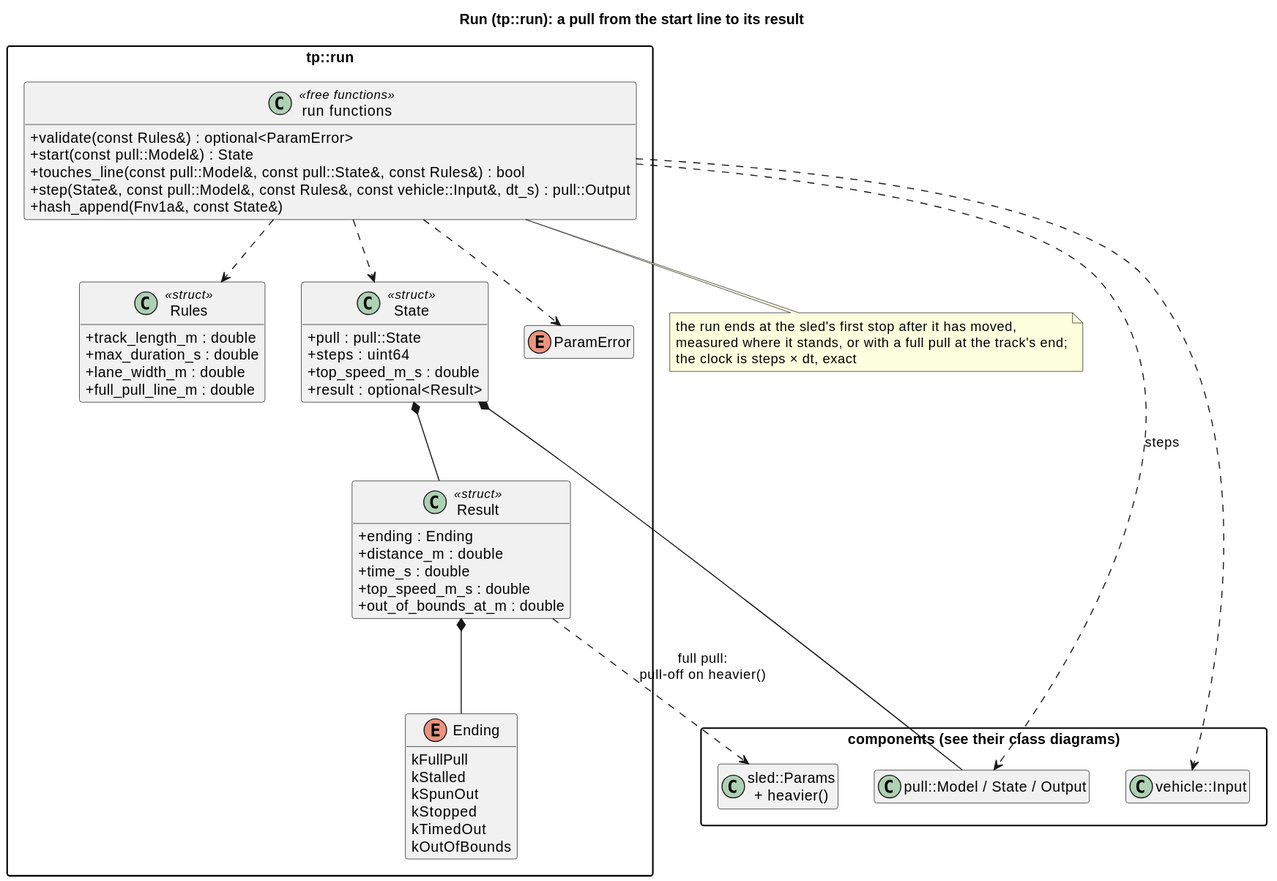
Earlier version of the PlantUML export docs/diagrams/svg/run_classes.svg (wversteeg/TractorPulling).
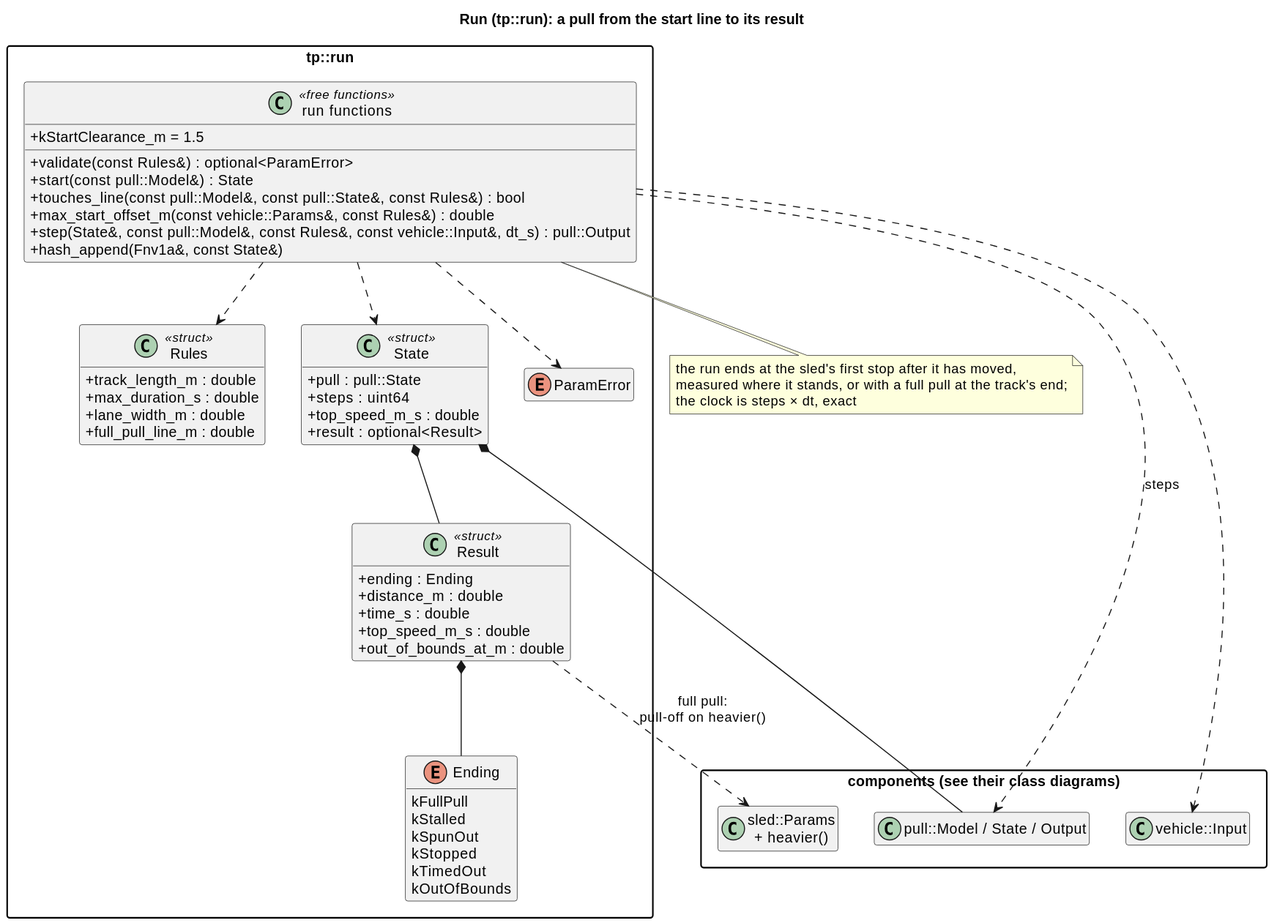
The same diagram one commit later.

The edit, as a diff of the source:
```diff
@@ -43,6 +43,8 @@
     +validate(const Rules&) : optional<ParamError>
     +start(const pull::Model&) : State
     +touches_line(const pull::Model&, const pull::State&, const Rules&) : bool
+    +max_start_offset_m(const vehicle::Params&, const Rules&) : double
+    +kStartClearance_m = 1.5
     +step(State&, const pull::Model&, const Rules&, const vehicle::Input&, dt_s) : pull::Output
     +hash_append(Fnv1a&, const State&)
   }
```
